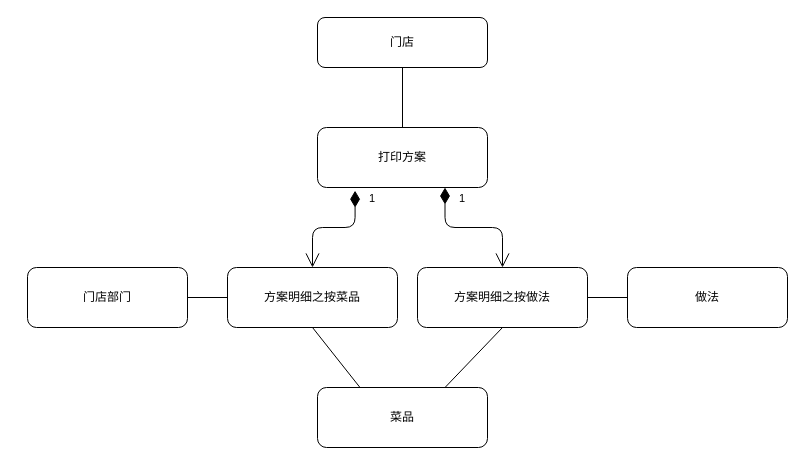
Earlier version of the draw.io diagram dish-service/打印方案.drawio (liuchenwei2000/diagram). Source tidied: cells renumbered, new cells numbered last; positions are measured from the earlier drawing's top-left corner, leaving out a move shared by most shapes. Both pictures are drawn from the tidied source at 100%, with x=0, y=0 at pixel (27, 17).
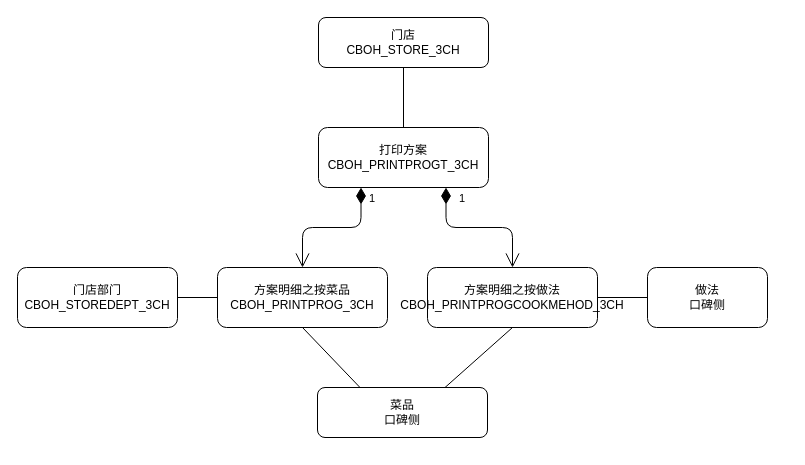
The same diagram, later.

The edit, as a diff of the source:
```diff
@@
 <mxGraphModel>
   <root>
     <mxCell id="0" />
     <mxCell id="1" parent="0" />
-    <mxCell id="2" value="打印方案" style="rounded=1;whiteSpace=wrap;html=1;" parent="1" vertex="1">
-      <mxGeometry x="290" y="110" width="170" height="60" as="geometry" />
+    <mxCell id="2" value="打印方案&lt;br&gt;CBOH_PRINTPROGT_3CH" style="rounded=1;whiteSpace=wrap;html=1;" parent="1" vertex="1">
+      <mxGeometry x="291" y="110" width="170" height="60" as="geometry" />
     </mxCell>
-    <mxCell id="3" value="方案明细之按菜品" style="rounded=1;whiteSpace=wrap;html=1;" parent="1" vertex="1">
-      <mxGeometry x="200" y="250" width="170" height="60" as="geometry" />
+    <mxCell id="3" value="方案明细之按菜品&lt;br&gt;CBOH_PRINTPROG_3CH" style="rounded=1;whiteSpace=wrap;html=1;" parent="1" vertex="1">
+      <mxGeometry x="190" y="250" width="170" height="60" as="geometry" />
     </mxCell>
-    <mxCell id="4" value="菜品" style="rounded=1;whiteSpace=wrap;html=1;" parent="1" vertex="1">
-      <mxGeometry x="290" y="370" width="170" height="60" as="geometry" />
+    <mxCell id="4" value="菜品&lt;br&gt;口碑侧" style="rounded=1;whiteSpace=wrap;html=1;" parent="1" vertex="1">
+      <mxGeometry x="290" y="370" width="170" height="50" as="geometry" />
     </mxCell>
     <mxCell id="5" style="endArrow=none;html=1;entryX=0.5;entryY=1;entryDx=0;entryDy=0;exitX=0.25;exitY=0;exitDx=0;exitDy=0;" parent="1" edge="1" source="4" target="3">
       <mxGeometry relative="1" as="geometry" />
     </mxCell>
-    <mxCell id="6" value="门店部门" style="rounded=1;whiteSpace=wrap;html=1;" parent="1" vertex="1">
-      <mxGeometry y="250" width="160" height="60" as="geometry" />
+    <mxCell id="6" value="门店部门&lt;br&gt;CBOH_STOREDEPT_3CH" style="rounded=1;whiteSpace=wrap;html=1;" parent="1" vertex="1">
+      <mxGeometry x="-10" y="250" width="160" height="60" as="geometry" />
     </mxCell>
     <mxCell id="7" style="endArrow=none;html=1;entryX=1;entryY=0.5;entryDx=0;entryDy=0;exitX=0;exitY=0.5;exitDx=0;exitDy=0;" parent="1" edge="1" source="3" target="6">
       <mxGeometry relative="1" as="geometry" />
     </mxCell>
-    <mxCell id="8" value="门店" style="rounded=1;whiteSpace=wrap;html=1;" parent="1" vertex="1">
-      <mxGeometry x="290" width="170" height="50" as="geometry" />
+    <mxCell id="8" value="门店&lt;br&gt;CBOH_STORE_3CH" style="rounded=1;whiteSpace=wrap;html=1;" parent="1" vertex="1">
+      <mxGeometry x="291" width="170" height="50" as="geometry" />
     </mxCell>
     <mxCell id="9" style="endArrow=none;html=1;entryX=0.5;entryY=0;entryDx=0;entryDy=0;exitX=0.5;exitY=1;exitDx=0;exitDy=0;" parent="1" edge="1" source="8" target="2">
       <mxGeometry relative="1" as="geometry" />
     </mxCell>
-    <mxCell id="10" value="1" style="endArrow=open;html=1;endSize=12;startArrow=diamondThin;startSize=14;startFill=1;edgeStyle=orthogonalEdgeStyle;align=left;verticalAlign=bottom;exitX=0.221;exitY=1.053;exitDx=0;exitDy=0;exitPerimeter=0;" parent="1" edge="1" source="2" target="3">
-      <mxGeometry x="-0.72" y="12" relative="1" as="geometry" />
-    </mxCell>
-    <mxCell id="11" value="方案明细之按做法" style="rounded=1;whiteSpace=wrap;html=1;" parent="1" vertex="1">
-      <mxGeometry x="390" y="250" width="170" height="60" as="geometry" />
+    <mxCell id="11" value="方案明细之按做法&lt;br&gt;CBOH_PRINTPROGCOOKMEHOD_3CH" style="rounded=1;whiteSpace=wrap;html=1;" parent="1" vertex="1">
+      <mxGeometry x="400" y="250" width="170" height="60" as="geometry" />
     </mxCell>
     <mxCell id="12" style="endArrow=none;html=1;exitX=0.75;exitY=0;exitDx=0;exitDy=0;entryX=0.5;entryY=1;entryDx=0;entryDy=0;" parent="1" edge="1" source="4" target="11">
       <mxGeometry relative="1" as="geometry" />
     </mxCell>
-    <mxCell id="13" value="做法" style="rounded=1;whiteSpace=wrap;html=1;" parent="1" vertex="1">
-      <mxGeometry x="600" y="250" width="160" height="60" as="geometry" />
+    <mxCell id="13" value="做法&lt;br&gt;口碑侧" style="rounded=1;whiteSpace=wrap;html=1;" parent="1" vertex="1">
+      <mxGeometry x="620" y="250" width="120" height="60" as="geometry" />
     </mxCell>
     <mxCell id="14" style="endArrow=none;html=1;entryX=0;entryY=0.5;entryDx=0;entryDy=0;exitX=1;exitY=0.5;exitDx=0;exitDy=0;" parent="1" edge="1" source="11" target="13">
       <mxGeometry relative="1" as="geometry" />
     </mxCell>
     <mxCell id="15" value="1" style="endArrow=open;html=1;endSize=12;startArrow=diamondThin;startSize=14;startFill=1;edgeStyle=orthogonalEdgeStyle;align=left;verticalAlign=bottom;exitX=0.75;exitY=1;exitDx=0;exitDy=0;entryX=0.5;entryY=0;entryDx=0;entryDy=0;" parent="1" edge="1" source="2" target="11">
-      <mxGeometry x="-0.24" y="20" relative="1" as="geometry" />
+      <mxGeometry x="-0.3" y="20" relative="1" as="geometry" />
     </mxCell>
+    <mxCell id="10" value="1" style="endArrow=open;html=1;endSize=12;startArrow=diamondThin;startSize=14;startFill=1;edgeStyle=orthogonalEdgeStyle;align=left;verticalAlign=bottom;exitX=0.25;exitY=1;exitDx=0;exitDy=0;entryX=0.5;entryY=0;entryDx=0;entryDy=0;" parent="1" edge="1" source="2" target="3">
+      <mxGeometry x="-0.71" y="6" relative="1" as="geometry" />
+    </mxCell>
   </root>
 </mxGraphModel>
```
